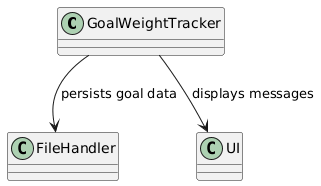
Earlier version of the PlantUML export docs/diagrams/GoalWeightTracker_Class_Diagram.png (Exceptional-Khoi/tp). The source it was exported from:
```plantuml
@startuml
class GoalWeightTracker
class FileHandler
class UI

GoalWeightTracker --> FileHandler : persists goal data
GoalWeightTracker --> UI : displays messages
@enduml
```
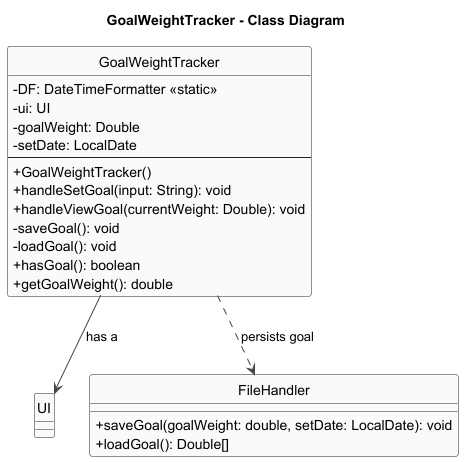
The same diagram one commit later.

Diff of the diagram source:
```diff
@@ -1,8 +1,38 @@
 @startuml
-class GoalWeightTracker
-class FileHandler
+title GoalWeightTracker - Class Diagram
+
+skinparam shadowing false
+skinparam classAttributeIconSize 0
+skinparam ArrowColor #444
+skinparam ClassBorderColor #222
+skinparam ClassBackgroundColor #FAFAFA
+
+hide circle
+hide stereotype
+
+class GoalWeightTracker {
+  -DF: DateTimeFormatter <<static>>
+  -ui: UI
+  -goalWeight: Double
+  -setDate: LocalDate
+  --
+  +GoalWeightTracker()
+  +handleSetGoal(input: String): void
+  +handleViewGoal(currentWeight: Double): void
+  -saveGoal(): void
+  -loadGoal(): void
+  +hasGoal(): boolean
+  +getGoalWeight(): double
+}
+
 class UI
 
-GoalWeightTracker --> FileHandler : persists goal data
-GoalWeightTracker --> UI : displays messages
+class FileHandler {
+  +saveGoal(goalWeight: double, setDate: LocalDate): void
+  +loadGoal(): Double[]
+}
+
+GoalWeightTracker --> UI : has a
+GoalWeightTracker ..> FileHandler : persists goal
+
 @enduml
```
